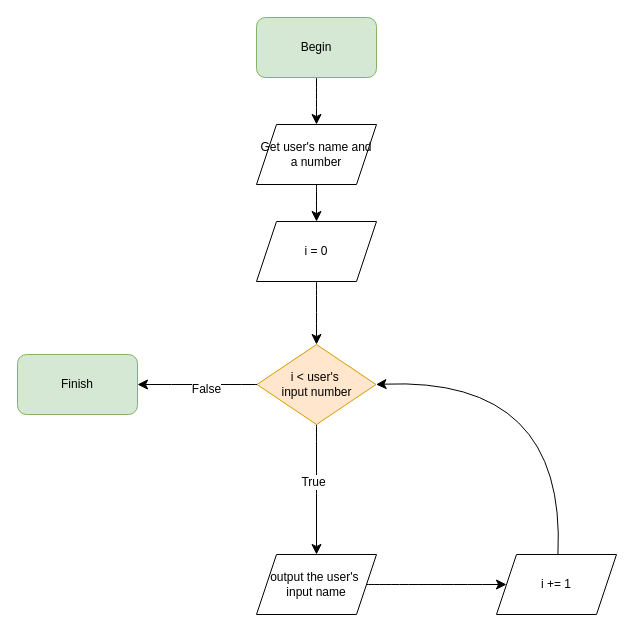
The draw.io diagram diagrams/ProgramControlFlow1.drawio in twitocode/Draw.io-Diagrams, before the edit. Source tidied: cells renumbered, new cells numbered last; positions are measured from the earlier drawing's top-left corner, leaving out a move shared by most shapes. Both pictures are drawn from the tidied source at 100%, with x=0, y=0 at pixel (17, 17).
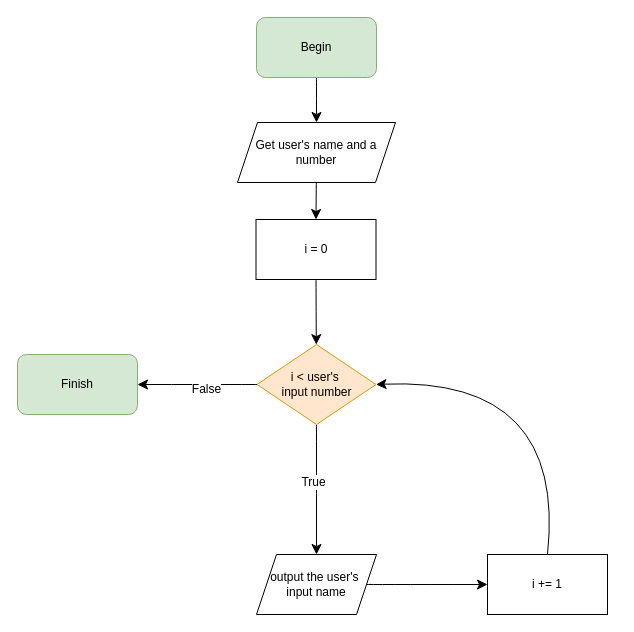
After the change.

Diff of the diagram source:
```diff
@@
 <mxGraphModel>
   <root>
     <mxCell id="0" />
     <mxCell id="1" parent="0" />
     <mxCell id="2" style="edgeStyle=none;curved=1;rounded=0;jettySize=auto;html=1;fontSize=12;startSize=8;endSize=8;" parent="1" edge="1" source="3" target="5">
       <mxGeometry relative="1" as="geometry" />
     </mxCell>
     <mxCell id="3" value="Begin" style="rounded=1;whiteSpace=wrap;html=1;fillColor=#d5e8d4;strokeColor=#82b366;" parent="1" vertex="1">
       <mxGeometry x="239" width="120" height="60" as="geometry" />
     </mxCell>
-    <mxCell id="4" style="edgeStyle=none;curved=1;rounded=0;jettySize=auto;html=1;fontSize=12;startSize=8;endSize=8;" parent="1" edge="1" source="5" target="7">
+    <mxCell id="4" style="edgeStyle=none;curved=1;rounded=0;jettySize=auto;html=1;fontSize=12;startSize=8;endSize=8;entryX=0.5;entryY=0;entryDx=0;entryDy=0;" parent="1" edge="1" source="5" target="7">
       <mxGeometry relative="1" as="geometry" />
     </mxCell>
     <mxCell id="5" value="Get user's name and a number" style="shape=parallelogram;perimeter=parallelogramPerimeter;whiteSpace=wrap;html=1;fixedSize=1;" parent="1" vertex="1">
-      <mxGeometry x="239" y="107" width="120" height="60" as="geometry" />
+      <mxGeometry x="220" y="105" width="158" height="60" as="geometry" />
     </mxCell>
-    <mxCell id="6" style="edgeStyle=none;curved=1;rounded=0;jettySize=auto;html=1;fontSize=12;startSize=8;endSize=8;" parent="1" edge="1" source="7" target="12">
+    <mxCell id="6" style="edgeStyle=none;curved=1;rounded=0;jettySize=auto;html=1;fontSize=12;startSize=8;endSize=8;exitX=0.5;exitY=1;exitDx=0;exitDy=0;" parent="1" edge="1" source="7" target="12">
       <mxGeometry relative="1" as="geometry" />
     </mxCell>
-    <mxCell id="7" value="i = 0" style="shape=parallelogram;perimeter=parallelogramPerimeter;whiteSpace=wrap;html=1;fixedSize=1;" parent="1" vertex="1">
-      <mxGeometry x="239" y="204" width="120" height="60" as="geometry" />
-    </mxCell>
     <mxCell id="8" style="edgeStyle=none;curved=1;rounded=0;jettySize=auto;html=1;fontSize=12;startSize=8;endSize=8;" parent="1" edge="1" source="12" target="14">
       <mxGeometry relative="1" as="geometry" />
     </mxCell>
     <mxCell id="9" value="True" style="edgeLabel;html=1;align=center;verticalAlign=middle;fontSize=12;" parent="8" vertex="1">
       <mxGeometry x="-0.12" y="-4" relative="1" as="geometry" />
     </mxCell>
     <mxCell id="10" style="edgeStyle=none;curved=1;rounded=0;jettySize=auto;html=1;fontSize=12;startSize=8;endSize=8;" parent="1" edge="1" source="12" target="17">
       <mxGeometry relative="1" as="geometry" />
     </mxCell>
     <mxCell id="11" value="False" style="edgeLabel;html=1;align=center;verticalAlign=middle;fontSize=12;" parent="10" vertex="1">
       <mxGeometry x="-0.15" y="4" relative="1" as="geometry" />
     </mxCell>
     <mxCell id="12" value="i &amp;lt; user's&amp;nbsp;&lt;div&gt;input number&lt;/div&gt;" style="rhombus;whiteSpace=wrap;html=1;fillColor=#ffe6cc;strokeColor=#d79b00;" parent="1" vertex="1">
       <mxGeometry x="239.5" y="327" width="119" height="80" as="geometry" />
     </mxCell>
     <mxCell id="13" style="edgeStyle=none;curved=1;rounded=0;jettySize=auto;html=1;fontSize=12;startSize=8;endSize=8;" parent="1" edge="1" source="14" target="16">
       <mxGeometry relative="1" as="geometry" />
     </mxCell>
     <mxCell id="14" value="output the user's&amp;nbsp;&lt;div&gt;input name&lt;/div&gt;" style="shape=parallelogram;perimeter=parallelogramPerimeter;whiteSpace=wrap;html=1;fixedSize=1;" parent="1" vertex="1">
       <mxGeometry x="239" y="537" width="120" height="60" as="geometry" />
     </mxCell>
-    <mxCell id="15" style="edgeStyle=none;curved=1;rounded=0;jettySize=auto;html=1;entryX=1;entryY=0.5;entryDx=0;entryDy=0;fontSize=12;startSize=8;endSize=8;" parent="1" edge="1" source="16" target="12">
+    <mxCell id="15" style="edgeStyle=none;curved=1;rounded=0;jettySize=auto;html=1;entryX=1;entryY=0.5;entryDx=0;entryDy=0;fontSize=12;startSize=8;endSize=8;exitX=0.5;exitY=0;exitDx=0;exitDy=0;" parent="1" edge="1" source="16" target="12">
       <mxGeometry relative="1" as="geometry">
         <Array as="points">
           <mxPoint x="549" y="359" />
         </Array>
       </mxGeometry>
     </mxCell>
+    <mxCell id="17" value="Finish" style="rounded=1;whiteSpace=wrap;html=1;fillColor=#d5e8d4;strokeColor=#82b366;" parent="1" vertex="1">
+      <mxGeometry y="337" width="120" height="60" as="geometry" />
+    </mxCell>
-    <mxCell id="16" value="i += 1" style="shape=parallelogram;perimeter=parallelogramPerimeter;whiteSpace=wrap;html=1;fixedSize=1;" parent="1" vertex="1">
-      <mxGeometry x="479" y="537" width="120" height="60" as="geometry" />
+    <mxCell id="16" value="i += 1" style="rounded=0;whiteSpace=wrap;html=1;" parent="1" vertex="1">
+      <mxGeometry x="470" y="537" width="120" height="60" as="geometry" />
     </mxCell>
-    <mxCell id="17" value="Finish" style="rounded=1;whiteSpace=wrap;html=1;fillColor=#d5e8d4;strokeColor=#82b366;" parent="1" vertex="1">
-      <mxGeometry y="337" width="120" height="60" as="geometry" />
-    </mxCell>
+    <mxCell id="7" value="i = 0" style="rounded=0;whiteSpace=wrap;html=1;" parent="1" vertex="1">
+      <mxGeometry x="238.5" y="202" width="120" height="60" as="geometry" />
+    </mxCell>
   </root>
 </mxGraphModel>
```
